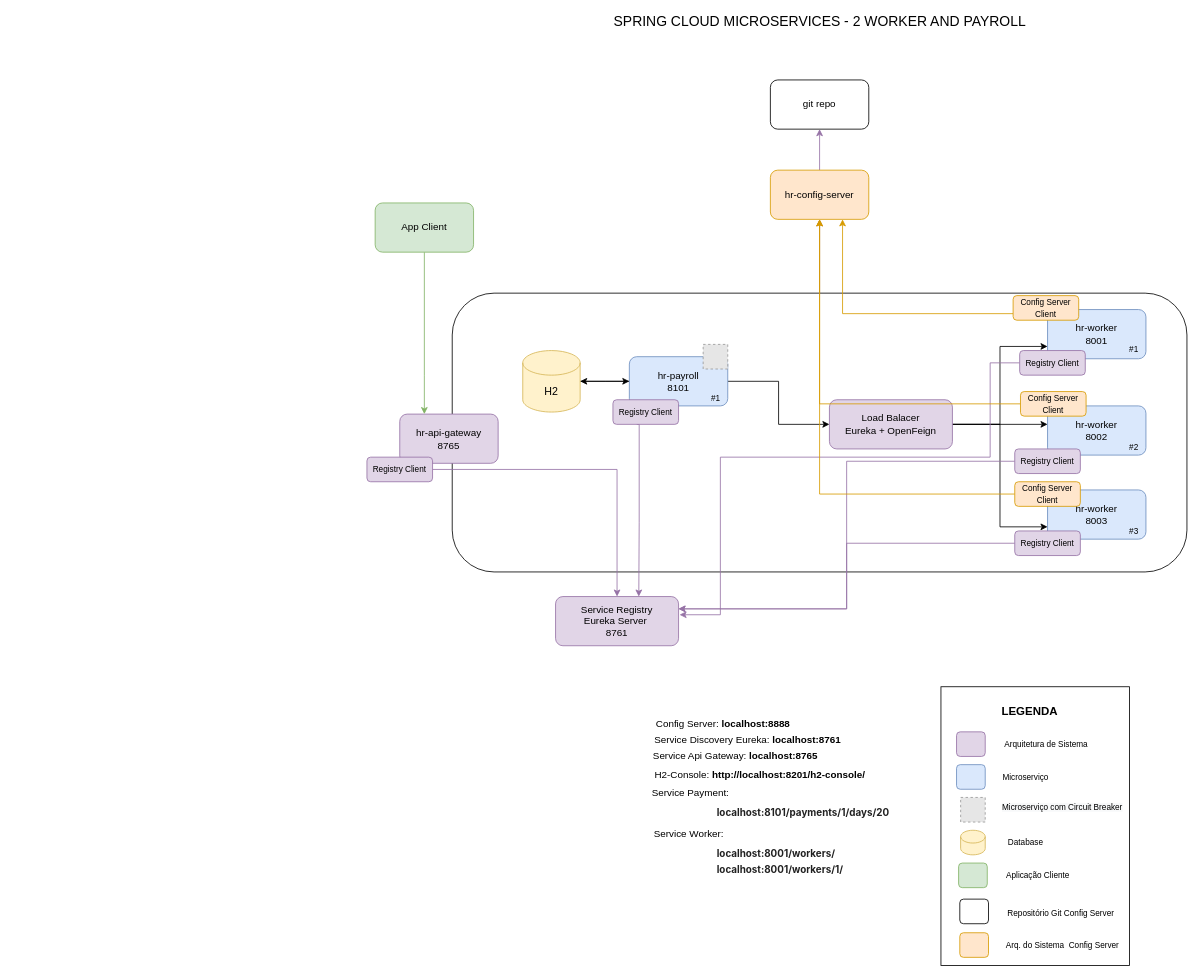
Above: Diagrama Microservico 2.drawio in CarlosRobertoMedeiros/study-microservice-springcloud-2 (draw.io), before the change. Source tidied: cells renumbered, new cells numbered last; positions are measured from the earlier drawing's top-left corner, leaving out a move shared by most shapes. Both pictures are drawn from the tidied source at 82%, with x=0, y=0 at pixel (367, 14). Pictures stored in the file or linked from it are replaced by grey dashed boxes.
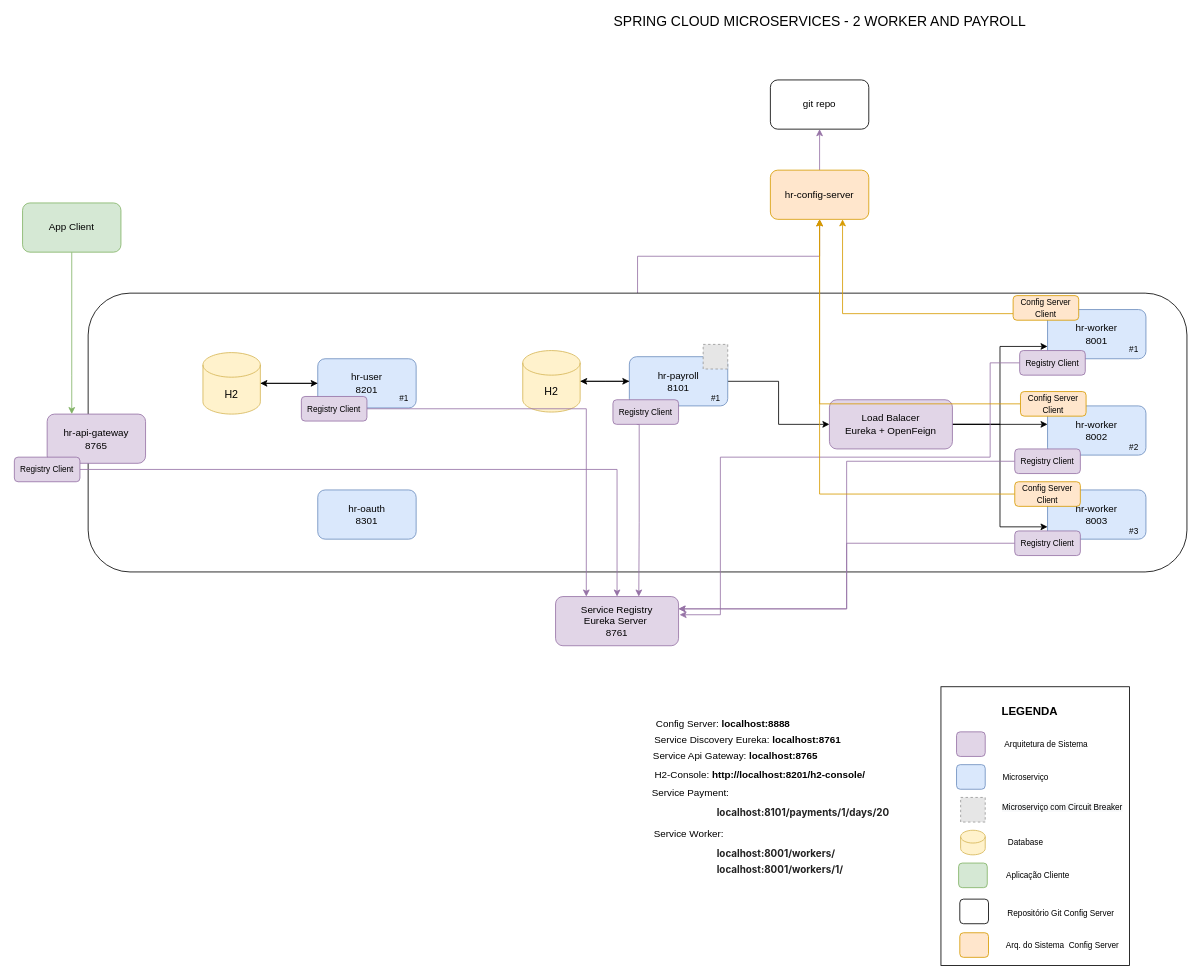
The same diagram, later.

Commit message (it also covers changes not shown here):
Criando o projeto hr-oauth

The change refers to these unchanged cells:
```xml
<mxCell id="10" value="Service Registry&lt;br&gt;Eureka Server&amp;nbsp;&lt;br&gt;8761" style="rounded=1;whiteSpace=wrap;html=1;fillColor=#e1d5e7;strokeColor=#9673a6;" parent="1" vertex="1">
  <mxGeometry x="230" y="710" width="150" height="60" as="geometry" />
</mxCell>
```

Diff of the diagram source:
```diff
@@
     <mxCell id="3" style="rounded=1;whiteSpace=wrap;html=1;fontSize=10;" parent="1" vertex="1">
-      <mxGeometry x="104" y="340" width="896" height="340" as="geometry" />
+      <mxGeometry x="-340" y="340" width="1340" height="340" as="geometry" />
     </mxCell>
@@
     <mxCell id="42" value="hr-api-gateway&lt;br&gt;8765" style="rounded=1;whiteSpace=wrap;html=1;fillColor=#e1d5e7;strokeColor=#9673a6;" parent="1" vertex="1">
-      <mxGeometry x="40" y="487.5" width="120" height="60" as="geometry" />
+      <mxGeometry x="-390" y="487.5" width="120" height="60" as="geometry" />
     </mxCell>
@@
     <mxCell id="44" value="&lt;font style=&quot;font-size: 10px&quot;&gt;Registry&amp;nbsp;Client&lt;/font&gt;" style="rounded=1;whiteSpace=wrap;html=1;fillColor=#e1d5e7;strokeColor=#9673a6;" parent="1" vertex="1">
-      <mxGeometry y="540" width="80" height="30" as="geometry" />
+      <mxGeometry x="-430" y="540" width="80" height="30" as="geometry" />
     </mxCell>
     <mxCell id="45" style="edgeStyle=orthogonalEdgeStyle;rounded=0;jettySize=auto;html=1;fontSize=10;fillColor=#d5e8d4;strokeColor=#82b366;" parent="1" edge="1" source="46" target="42">
       <mxGeometry relative="1" as="geometry">
         <Array as="points">
-          <mxPoint x="70" y="440" />
-          <mxPoint x="70" y="440" />
+          <mxPoint x="-360" y="440" />
+          <mxPoint x="-360" y="440" />
         </Array>
       </mxGeometry>
     </mxCell>
     <mxCell id="46" value="App Client" style="rounded=1;whiteSpace=wrap;html=1;fillColor=#d5e8d4;strokeColor=#82b366;" parent="1" vertex="1">
-      <mxGeometry x="10" y="230" width="120" height="60" as="geometry" />
+      <mxGeometry x="-420" y="230" width="120" height="60" as="geometry" />
     </mxCell>
@@
+    <mxCell id="71" style="edgeStyle=orthogonalEdgeStyle;rounded=0;jettySize=auto;html=1;entryX=1;entryY=0.5;entryDx=0;entryDy=0;entryPerimeter=0;" parent="1" edge="1" source="72" target="76">
+      <mxGeometry relative="1" as="geometry" />
+    </mxCell>
+    <mxCell id="72" value="hr-user&lt;br&gt;8201" style="rounded=1;whiteSpace=wrap;html=1;fillColor=#dae8fc;strokeColor=#6c8ebf;" parent="1" vertex="1">
+      <mxGeometry x="-60" y="420" width="120" height="60" as="geometry" />
+    </mxCell>
+    <mxCell id="73" style="edgeStyle=orthogonalEdgeStyle;rounded=0;jettySize=auto;html=1;entryX=0.25;entryY=0;entryDx=0;entryDy=0;fillColor=#e1d5e7;strokeColor=#9673a6;" parent="1" edge="1" source="74" target="10">
+      <mxGeometry relative="1" as="geometry" />
+    </mxCell>
+    <mxCell id="74" value="&lt;font style=&quot;font-size: 10px&quot;&gt;Registry&amp;nbsp;Client&lt;/font&gt;" style="rounded=1;whiteSpace=wrap;html=1;fillColor=#e1d5e7;strokeColor=#9673a6;" parent="1" vertex="1">
+      <mxGeometry x="-80" y="466" width="80" height="30" as="geometry" />
+    </mxCell>
+    <mxCell id="75" style="edgeStyle=orthogonalEdgeStyle;rounded=0;jettySize=auto;html=1;" parent="1" edge="1" source="76">
+      <mxGeometry relative="1" as="geometry">
+        <mxPoint x="-60" y="450" as="targetPoint" />
+      </mxGeometry>
+    </mxCell>
+    <mxCell id="76" value="&lt;span style=&quot;font-size: 13px&quot;&gt;H2&lt;/span&gt;" style="shape=cylinder3;whiteSpace=wrap;html=1;boundedLbl=1;backgroundOutline=1;size=15;fontSize=17;fillColor=#fff2cc;strokeColor=#d6b656;" parent="1" vertex="1">
+      <mxGeometry x="-200" y="412.5" width="70" height="75" as="geometry" />
+    </mxCell>
+    <mxCell id="77" value="hr-oauth&lt;br&gt;8301" style="rounded=1;whiteSpace=wrap;html=1;fillColor=#dae8fc;strokeColor=#6c8ebf;" parent="1" vertex="1">
+      <mxGeometry x="-60" y="580" width="120" height="60" as="geometry" />
+    </mxCell>
+    <mxCell id="78" value="#1" style="text;html=1;align=center;verticalAlign=middle;strokeColor=none;fillColor=none;fontSize=10;" parent="1" vertex="1">
+      <mxGeometry x="30" y="457.5" width="30" height="20" as="geometry" />
+    </mxCell>
```
